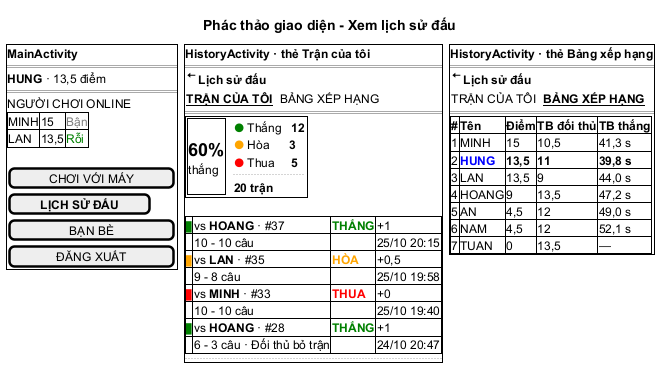
The PlantUML diagram docs/hung/giao-dien-uc04.png in HungNguyenBa1811/math-dash, before a commit.
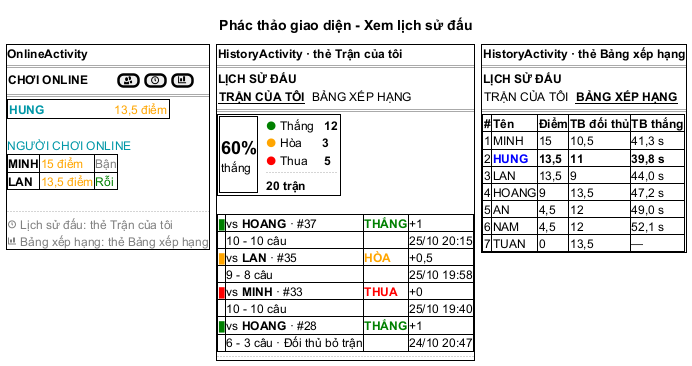
After the change.

Diff of the diagram source:
```diff
@@ -2,24 +2,27 @@
 title Phác thảo giao diện - Xem lịch sử đấu
 {
   {+
-  <b>MainActivity
+  <b>OnlineActivity
   ==
-  <b>HUNG</b> · 13,5 điểm
+  { <b>CHƠI ONLINE</b> | <color:#FFFFFF>xxxx</color> | [<&people>] | [<b><&clock></b>] | [<b><&bar-chart></b>] }
   ==
-  NGƯỜI CHƠI ONLINE
-  {#
-  MINH | 15 | <color:gray>Bận</color>
-  LAN | 13,5 | <color:green>Rỗi</color>
+  {+
+  { <b><color:#0097A7>HUNG</color></b> | <color:#FFFFFF>xxxxxxxxxxx</color> | <color:orange>13,5 điểm</color> }
   }
   .
-  [    CHƠI VỚI MÁY    ]
-  [   <b>LỊCH SỬ ĐẤU</b>   ]
-  [       BẠN BÈ       ]
-  [      ĐĂNG XUẤT     ]
+  <color:#0097A7>NGƯỜI CHƠI ONLINE</color>
+  {#
+  <b>MINH</b> | <color:orange>15 điểm</color> | <color:gray>Bận</color>
+  <b>LAN</b> | <color:orange>13,5 điểm</color> | <color:green>Rỗi</color>
+  }
+  .
+  ..
+  <color:gray><&clock> Lịch sử đấu: thẻ Trận của tôi</color>
+  <color:gray><&bar-chart> Bảng xếp hạng: thẻ Bảng xếp hạng</color>
   } | . | {+
   <b>HistoryActivity · thẻ Trận của tôi
   ==
-  { <&arrow-left> | <b>Lịch sử đấu</b> }
+  <b>LỊCH SỬ ĐẤU</b>
   { <b><u>TRẬN CỦA TÔI</u></b> | . | BẢNG XẾP HẠNG }
   ==
   {+
@@ -53,7 +56,7 @@
   } | . | {+
   <b>HistoryActivity · thẻ Bảng xếp hạng
   ==
-  { <&arrow-left> | <b>Lịch sử đấu</b> }
+  <b>LỊCH SỬ ĐẤU</b>
   { TRẬN CỦA TÔI | . | <b><u>BẢNG XẾP HẠNG</u></b> }
   ==
   {#
```
